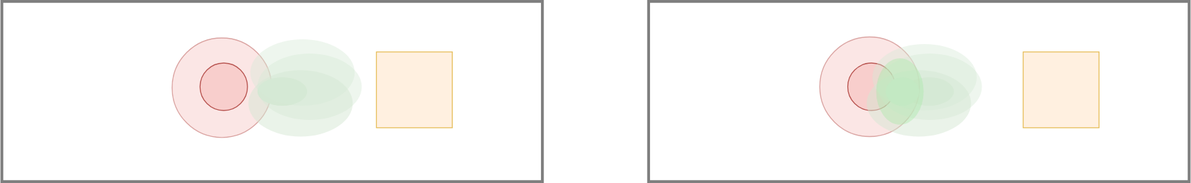
The draw.io diagram public/curriculum.svg in flowersteam/post--diffLeniaTest, before a commit. Source tidied: cells renumbered, new cells last; positions are measured from the earlier drawing's top-left corner, leaving out a move shared by most shapes.
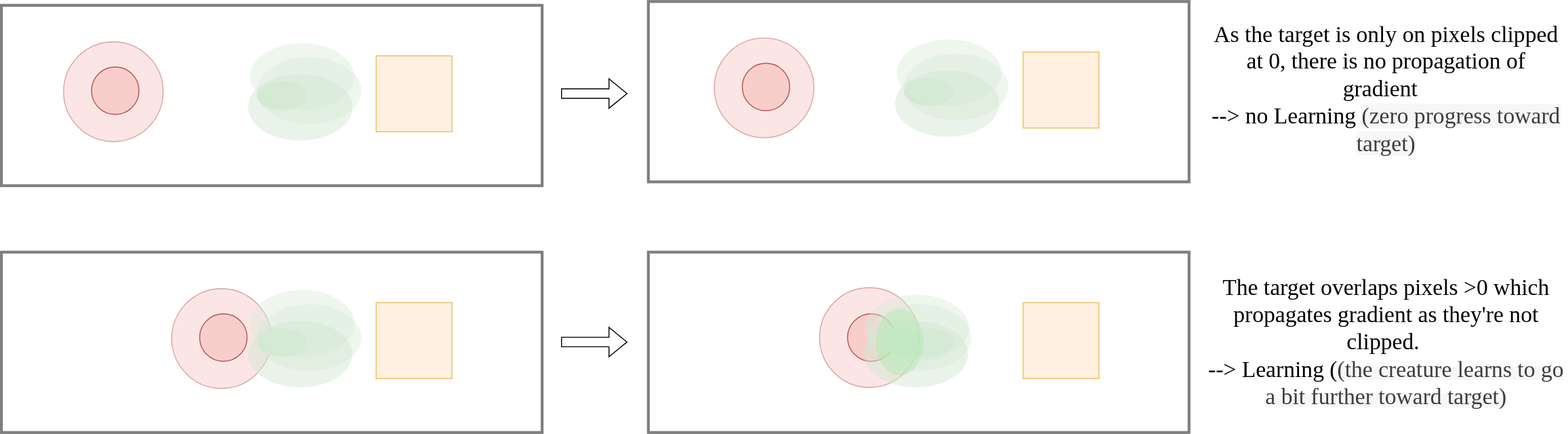
After the change.

Change to the diagram source:
```diff
@@ -2,6 +2,9 @@
   <root>
     <mxCell id="0" />
     <mxCell id="1" parent="0" />
+    <mxCell id="20" style="rounded=0;whiteSpace=wrap;html=1;strokeWidth=3;opacity=50;fillColor=none;" parent="1" vertex="1">
+      <mxGeometry y="-260" width="570" height="190" as="geometry" />
+    </mxCell>
     <mxCell id="2" style="rounded=0;whiteSpace=wrap;html=1;strokeWidth=3;opacity=50;fillColor=none;" parent="1" vertex="1">
       <mxGeometry x="682" width="570" height="190" as="geometry" />
     </mxCell>
@@ -42,13 +45,13 @@
       <mxGeometry x="892" y="65" width="50" height="50" as="geometry" />
     </mxCell>
     <mxCell id="15" style="ellipse;whiteSpace=wrap;html=1;fillColor=#d5e8d4;strokeWidth=0;strokeColor=none;opacity=40;" parent="1" vertex="1">
-      <mxGeometry x="923.5" y="55" width="110" height="70" as="geometry" />
+      <mxGeometry x="912.5" y="55" width="110" height="70" as="geometry" />
     </mxCell>
     <mxCell id="16" style="ellipse;whiteSpace=wrap;html=1;fillColor=#d5e8d4;strokeWidth=0;strokeColor=none;opacity=50;" parent="1" vertex="1">
-      <mxGeometry x="912" y="72.5" width="110" height="70" as="geometry" />
+      <mxGeometry x="909" y="72.5" width="110" height="70" as="geometry" />
     </mxCell>
     <mxCell id="17" style="ellipse;whiteSpace=wrap;html=1;fillColor=#d5e8d4;strokeWidth=0;strokeColor=none;opacity=40;" parent="1" vertex="1">
-      <mxGeometry x="918" y="45" width="110" height="70" as="geometry" />
+      <mxGeometry x="910" y="45" width="110" height="70" as="geometry" />
     </mxCell>
     <mxCell id="18" style="ellipse;whiteSpace=wrap;html=1;fillColor=#d5e8d4;strokeWidth=0;strokeColor=none;" parent="1" vertex="1">
       <mxGeometry x="932" y="80" width="35.5" height="30" as="geometry" />
@@ -56,5 +59,68 @@
     <mxCell id="19" style="ellipse;whiteSpace=wrap;html=1;fillColor=#A7E8A9;strokeWidth=0;strokeColor=none;opacity=40;" parent="1" vertex="1">
       <mxGeometry x="922" y="60" width="50" height="70" as="geometry" />
     </mxCell>
+    <mxCell id="21" style="ellipse;whiteSpace=wrap;html=1;opacity=50;fillColor=#f8cecc;strokeColor=#b85450;" parent="1" vertex="1">
+      <mxGeometry x="65.5" y="-221.5" width="105" height="105" as="geometry" />
+    </mxCell>
+    <mxCell id="22" style="ellipse;whiteSpace=wrap;html=1;strokeWidth=0;fillColor=#d5e8d4;strokeColor=none;" parent="1" vertex="1">
+      <mxGeometry x="269.5" y="-180" width="52.5" height="30" as="geometry" />
+    </mxCell>
+    <mxCell id="23" style="whiteSpace=wrap;html=1;fillColor=#ffe6cc;strokeColor=#d79b00;opacity=60;" parent="1" vertex="1">
+      <mxGeometry x="395" y="-206.8" width="80" height="80" as="geometry" />
+    </mxCell>
+    <mxCell id="24" style="ellipse;whiteSpace=wrap;html=1;fillColor=#f8cecc;strokeColor=#b85450;" parent="1" vertex="1">
+      <mxGeometry x="95" y="-195" width="50" height="50" as="geometry" />
+    </mxCell>
+    <mxCell id="25" style="ellipse;whiteSpace=wrap;html=1;fillColor=#d5e8d4;strokeWidth=0;strokeColor=none;opacity=40;" parent="1" vertex="1">
+      <mxGeometry x="269.5" y="-205" width="110" height="70" as="geometry" />
+    </mxCell>
+    <mxCell id="26" style="ellipse;whiteSpace=wrap;html=1;fillColor=#d5e8d4;strokeWidth=0;strokeColor=none;opacity=50;" parent="1" vertex="1">
+      <mxGeometry x="260" y="-187.5" width="110" height="70" as="geometry" />
+    </mxCell>
+    <mxCell id="27" style="ellipse;whiteSpace=wrap;html=1;fillColor=#d5e8d4;strokeWidth=0;strokeColor=none;opacity=40;" parent="1" vertex="1">
+      <mxGeometry x="262" y="-220" width="110" height="70" as="geometry" />
+    </mxCell>
+    <mxCell id="28" style="rounded=0;whiteSpace=wrap;html=1;strokeWidth=3;opacity=50;fillColor=none;" parent="1" vertex="1">
+      <mxGeometry x="682" y="-264" width="570" height="190" as="geometry" />
+    </mxCell>
+    <mxCell id="29" style="ellipse;whiteSpace=wrap;html=1;opacity=50;fillColor=#f8cecc;strokeColor=#b85450;" parent="1" vertex="1">
+      <mxGeometry x="751.5" y="-225.5" width="105" height="105" as="geometry" />
+    </mxCell>
+    <mxCell id="30" style="ellipse;whiteSpace=wrap;html=1;strokeWidth=0;fillColor=#d5e8d4;strokeColor=none;" parent="1" vertex="1">
+      <mxGeometry x="951.5" y="-184" width="52.5" height="30" as="geometry" />
+    </mxCell>
+    <mxCell id="31" style="whiteSpace=wrap;html=1;fillColor=#ffe6cc;strokeColor=#d79b00;opacity=60;" parent="1" vertex="1">
+      <mxGeometry x="1077" y="-210.8" width="80" height="80" as="geometry" />
+    </mxCell>
+    <mxCell id="32" style="ellipse;whiteSpace=wrap;html=1;fillColor=#f8cecc;strokeColor=#b85450;" parent="1" vertex="1">
+      <mxGeometry x="781" y="-199" width="50" height="50" as="geometry" />
+    </mxCell>
+    <mxCell id="33" style="ellipse;whiteSpace=wrap;html=1;fillColor=#d5e8d4;strokeWidth=0;strokeColor=none;opacity=40;" parent="1" vertex="1">
+      <mxGeometry x="951.5" y="-209" width="110" height="70" as="geometry" />
+    </mxCell>
+    <mxCell id="34" style="ellipse;whiteSpace=wrap;html=1;fillColor=#d5e8d4;strokeWidth=0;strokeColor=none;opacity=50;" parent="1" vertex="1">
+      <mxGeometry x="942" y="-191.5" width="110" height="70" as="geometry" />
+    </mxCell>
+    <mxCell id="35" style="ellipse;whiteSpace=wrap;html=1;fillColor=#d5e8d4;strokeWidth=0;strokeColor=none;opacity=40;" parent="1" vertex="1">
+      <mxGeometry x="944" y="-224" width="110" height="70" as="geometry" />
+    </mxCell>
+    <mxCell id="36" style="shape=flexArrow;endArrow=classic;html=1;rounded=0;" parent="1" edge="1">
+      <mxGeometry relative="1" as="geometry">
+        <mxPoint x="590" y="94.7" as="sourcePoint" />
+        <mxPoint x="660" y="94.7" as="targetPoint" />
+      </mxGeometry>
+    </mxCell>
+    <mxCell id="37" style="shape=flexArrow;endArrow=classic;html=1;rounded=0;" parent="1" edge="1">
+      <mxGeometry relative="1" as="geometry">
+        <mxPoint x="590" y="-167" as="sourcePoint" />
+        <mxPoint x="660" y="-167" as="targetPoint" />
+      </mxGeometry>
+    </mxCell>
+    <mxCell id="38" value="&lt;font&gt;&lt;font style=&quot;font-size: 24px&quot; face=&quot;Georgia&quot;&gt;As the target is only on pixels clipped at 0, there is no propagation of gradient&amp;nbsp;&amp;nbsp;&lt;br&gt;--&amp;gt; no Learning&amp;nbsp;&lt;span style=&quot;color: rgb(61 , 60 , 64) ; text-align: left ; background-color: rgba(61 , 60 , 64 , 0.04)&quot;&gt;(zero progress toward target)&lt;/span&gt;&lt;/font&gt;&lt;br&gt;&lt;/font&gt;" style="text;html=1;strokeColor=none;fillColor=none;align=center;verticalAlign=middle;whiteSpace=wrap;rounded=0;" parent="1" vertex="1">
+      <mxGeometry x="1270" y="-264" width="380" height="184" as="geometry" />
+    </mxCell>
+    <mxCell id="39" value="&lt;font&gt;&lt;font face=&quot;Georgia&quot;&gt;&lt;span style=&quot;font-size: 24px&quot;&gt;The target overlaps pixels &amp;gt;0 which propagates gradient as they're not clipped.&amp;nbsp;&lt;/span&gt;&lt;br&gt;&lt;span style=&quot;font-size: 24px&quot;&gt;--&amp;gt; Learning (&lt;/span&gt;&lt;span style=&quot;color: rgb(61 , 60 , 64) ; text-align: left ; background-color: rgba(61 , 60 , 64 , 0.04)&quot;&gt;&lt;font style=&quot;font-size: 24px&quot;&gt;(the creature learns to go a bit further toward target)&lt;/font&gt;&lt;/span&gt;&lt;/font&gt;&lt;br&gt;&lt;/font&gt;" style="text;html=1;strokeColor=none;fillColor=none;align=center;verticalAlign=middle;whiteSpace=wrap;rounded=0;" parent="1" vertex="1">
+      <mxGeometry x="1270" y="3" width="380" height="184" as="geometry" />
+    </mxCell>
   </root>
 </mxGraphModel>
```
